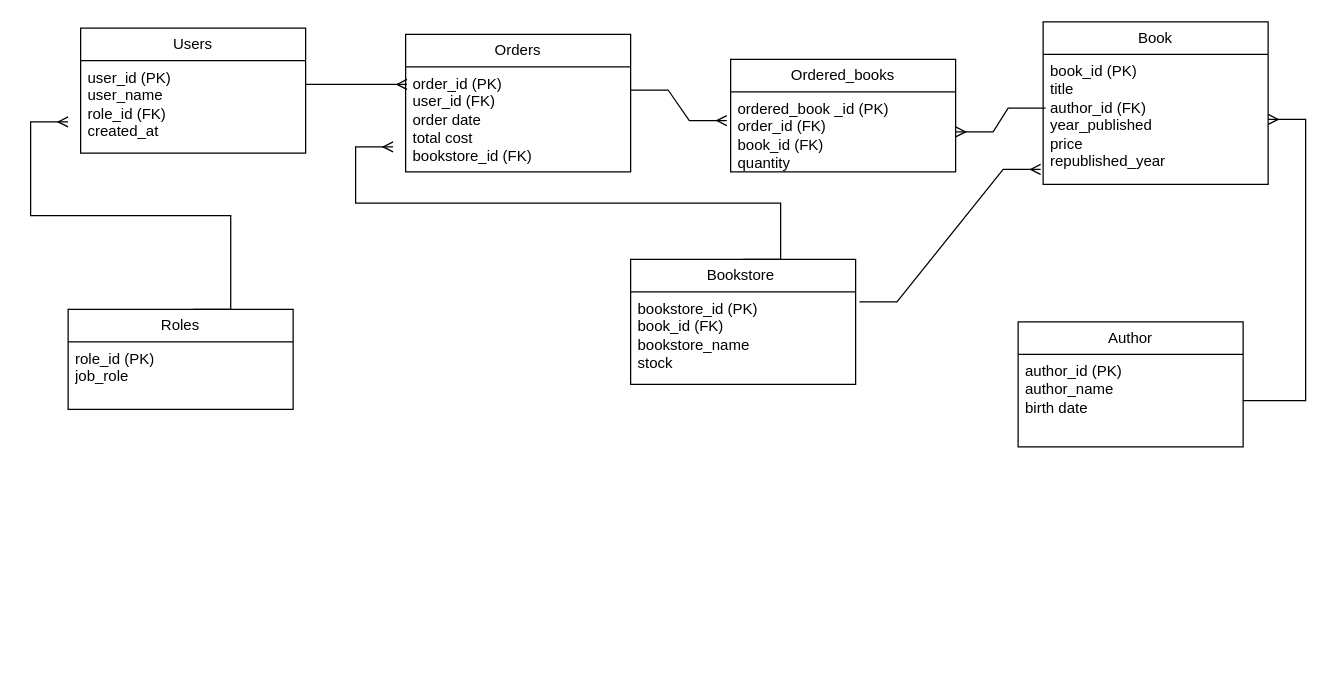
quinyportales/DataEngineering keeps this draw.io diagram as Database-basic/ER-diagram.drawio.xml. Above is the earlier version. Source tidied: cells renumbered, new cells numbered last; positions are measured from the earlier drawing's top-left corner, leaving out a move shared by most shapes. Both pictures are drawn from the tidied source at 125%, with x=0, y=0 at pixel (42, 21).
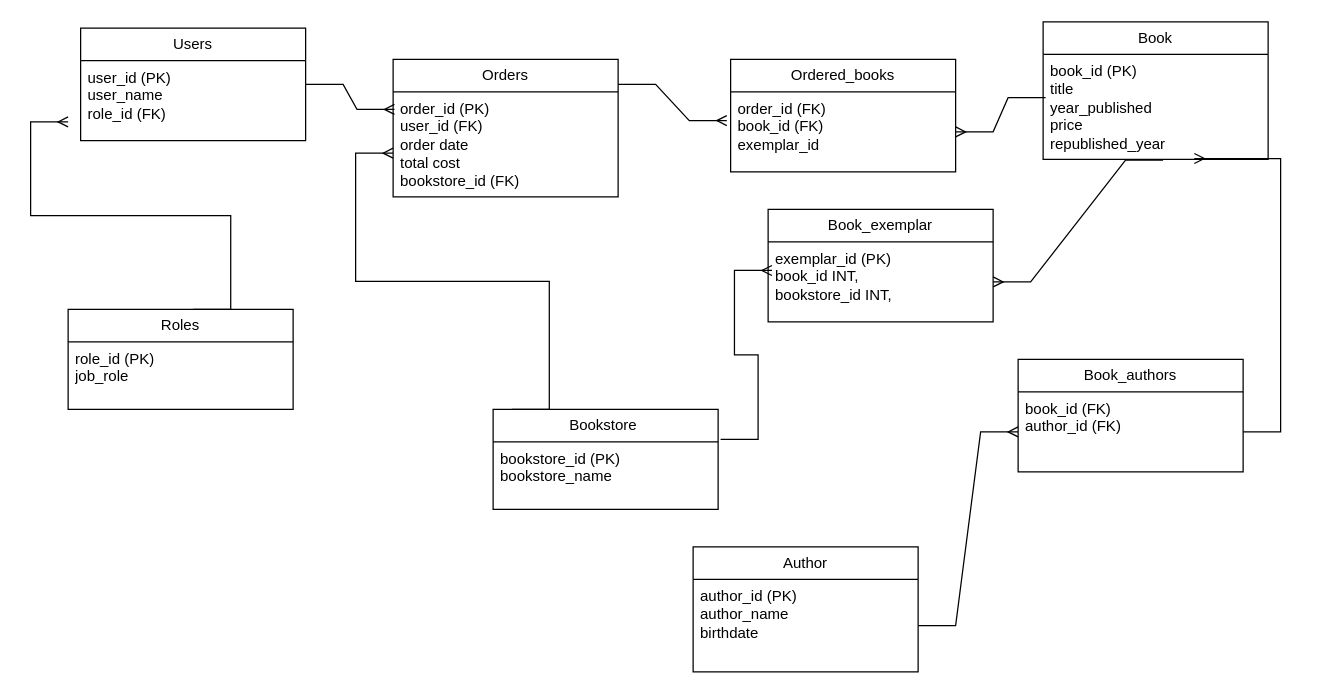
The same diagram, later.

The change refers to these unchanged cells:
```xml
<mxCell id="12" value="Ordered_books" style="swimlane;fontStyle=0;horizontal=1;startSize=26;fillColor=none;whiteSpace=wrap;html=1;" parent="1" vertex="1">
  <mxGeometry x="550" y="30" width="180" height="90" as="geometry" />
</mxCell>
```

What changed in the source:
```diff
@@
     <mxCell id="2" value="Users" style="swimlane;fontStyle=0;horizontal=1;startSize=26;fillColor=none;whiteSpace=wrap;html=1;" parent="1" vertex="1">
-      <mxGeometry x="30" y="5" width="180" height="100" as="geometry" />
+      <mxGeometry x="30" y="5" width="180" height="90" as="geometry" />
     </mxCell>
-    <mxCell id="3" value="user_id (PK)&lt;div&gt;user_name&lt;/div&gt;&lt;div&gt;role_id (FK)&lt;/div&gt;&lt;div&gt;created_at&lt;/div&gt;" style="text;strokeColor=none;fillColor=none;align=left;verticalAlign=top;spacingLeft=4;spacingRight=4;overflow=hidden;whiteSpace=wrap;html=1;" parent="2" vertex="1">
-      <mxGeometry y="26" width="180" height="74" as="geometry" />
+    <mxCell id="3" value="user_id (PK)&lt;div&gt;user_name&lt;/div&gt;&lt;div&gt;role_id (FK)&lt;/div&gt;" style="text;strokeColor=none;fillColor=none;align=left;verticalAlign=top;spacingLeft=4;spacingRight=4;overflow=hidden;whiteSpace=wrap;html=1;" parent="2" vertex="1">
+      <mxGeometry y="26" width="180" height="64" as="geometry" />
     </mxCell>
     <mxCell id="4" value="Orders" style="swimlane;fontStyle=0;horizontal=1;startSize=26;fillColor=none;whiteSpace=wrap;html=1;" parent="1" vertex="1">
-      <mxGeometry x="290" y="10" width="180" height="110" as="geometry" />
+      <mxGeometry x="280" y="30" width="180" height="110" as="geometry" />
     </mxCell>
@@
+    <mxCell id="21" style="edgeStyle=entityRelationEdgeStyle;fontSize=12;html=1;endArrow=ERmany;rounded=0;exitX=0.083;exitY=0;exitDx=0;exitDy=0;entryX=0.606;entryY=1.012;entryDx=0;entryDy=0;entryPerimeter=0;exitPerimeter=0;" parent="4" edge="1" source="8">
+      <mxGeometry relative="1" as="geometry">
+        <mxPoint y="75" as="targetPoint" />
+      </mxGeometry>
+    </mxCell>
     <mxCell id="6" value="Book" style="swimlane;fontStyle=0;horizontal=1;startSize=26;fillColor=none;whiteSpace=wrap;html=1;" parent="1" vertex="1">
-      <mxGeometry x="800" width="180" height="130" as="geometry" />
+      <mxGeometry x="800" width="180" height="110" as="geometry" />
     </mxCell>
-    <mxCell id="7" value="&lt;div&gt;book_id (PK)&lt;/div&gt;title&amp;nbsp;&amp;nbsp;&lt;div&gt;author_id (FK)&lt;/div&gt;&lt;div&gt;year_published&lt;/div&gt;&lt;div&gt;price&lt;/div&gt;&lt;div&gt;republished_year&lt;/div&gt;" style="text;strokeColor=none;fillColor=none;align=left;verticalAlign=top;spacingLeft=4;spacingRight=4;overflow=hidden;points=[[0,0.5],[1,0.5]];portConstraint=eastwest;whiteSpace=wrap;html=1;" parent="6" vertex="1">
-      <mxGeometry y="26" width="180" height="104" as="geometry" />
+    <mxCell id="7" value="&lt;div&gt;book_id (PK)&lt;/div&gt;title&amp;nbsp;&lt;div&gt;year_published&lt;/div&gt;&lt;div&gt;price&lt;/div&gt;&lt;div&gt;republished_year&lt;/div&gt;&lt;div&gt;&lt;br&gt;&lt;/div&gt;" style="text;strokeColor=none;fillColor=none;align=left;verticalAlign=top;spacingLeft=4;spacingRight=4;overflow=hidden;points=[[0,0.5],[1,0.5]];portConstraint=eastwest;whiteSpace=wrap;html=1;" parent="6" vertex="1">
+      <mxGeometry y="26" width="180" height="84" as="geometry" />
     </mxCell>
     <mxCell id="8" value="Bookstore&amp;nbsp;" style="swimlane;fontStyle=0;horizontal=1;startSize=26;fillColor=none;whiteSpace=wrap;html=1;" parent="1" vertex="1">
-      <mxGeometry x="470" y="190" width="180" height="100" as="geometry" />
+      <mxGeometry x="360" y="310" width="180" height="80" as="geometry" />
     </mxCell>
-    <mxCell id="9" value="&lt;div&gt;bookstore_id (PK)&lt;/div&gt;book_id (FK)&lt;div&gt;bookstore_name&lt;/div&gt;&lt;div&gt;&lt;div&gt;stock&lt;/div&gt;&lt;/div&gt;" style="text;strokeColor=none;fillColor=none;align=left;verticalAlign=top;spacingLeft=4;spacingRight=4;overflow=hidden;points=[[0,0.5],[1,0.5]];portConstraint=eastwest;whiteSpace=wrap;html=1;" parent="8" vertex="1">
-      <mxGeometry y="26" width="180" height="74" as="geometry" />
+    <mxCell id="9" value="&lt;div&gt;bookstore_id (PK)&lt;/div&gt;&lt;div&gt;bookstore_name&lt;/div&gt;&lt;div&gt;&lt;br&gt;&lt;/div&gt;" style="text;strokeColor=none;fillColor=none;align=left;verticalAlign=top;spacingLeft=4;spacingRight=4;overflow=hidden;points=[[0,0.5],[1,0.5]];portConstraint=eastwest;whiteSpace=wrap;html=1;" parent="8" vertex="1">
+      <mxGeometry y="26" width="180" height="54" as="geometry" />
     </mxCell>
     <mxCell id="10" value="Author" style="swimlane;fontStyle=0;horizontal=1;startSize=26;fillColor=none;whiteSpace=wrap;html=1;" parent="1" vertex="1">
-      <mxGeometry x="780" y="240" width="180" height="100" as="geometry" />
+      <mxGeometry x="520" y="420" width="180" height="100" as="geometry" />
     </mxCell>
-    <mxCell id="11" value="&lt;div&gt;author_id (PK)&lt;/div&gt;&lt;div&gt;author_name&lt;/div&gt;&lt;div&gt;birth date&lt;/div&gt;" style="text;strokeColor=none;fillColor=none;align=left;verticalAlign=top;spacingLeft=4;spacingRight=4;overflow=hidden;points=[[0,0.5],[1,0.5]];portConstraint=eastwest;whiteSpace=wrap;html=1;" parent="10" vertex="1">
+    <mxCell id="11" value="&lt;div&gt;author_id (PK)&lt;/div&gt;&lt;div&gt;author_name&lt;/div&gt;&lt;div&gt;birthdate&lt;/div&gt;" style="text;strokeColor=none;fillColor=none;align=left;verticalAlign=top;spacingLeft=4;spacingRight=4;overflow=hidden;points=[[0,0.5],[1,0.5]];portConstraint=eastwest;whiteSpace=wrap;html=1;" parent="10" vertex="1">
       <mxGeometry y="26" width="180" height="74" as="geometry" />
     </mxCell>
@@
-    <mxCell id="13" value="&lt;div&gt;ordered_book _id (PK)&lt;/div&gt;&lt;div&gt;order_id (FK)&lt;/div&gt;&lt;div&gt;book_id (FK)&lt;br&gt;&lt;/div&gt;&lt;div&gt;quantity&lt;/div&gt;&lt;div&gt;&lt;br&gt;&lt;/div&gt;" style="text;strokeColor=none;fillColor=none;align=left;verticalAlign=top;spacingLeft=4;spacingRight=4;overflow=hidden;points=[[0,0.5],[1,0.5]];portConstraint=eastwest;whiteSpace=wrap;html=1;" parent="12" vertex="1">
+    <mxCell id="13" value="&lt;div&gt;&lt;span style=&quot;background-color: transparent; color: light-dark(rgb(0, 0, 0), rgb(255, 255, 255));&quot;&gt;order_id (FK)&lt;/span&gt;&lt;/div&gt;&lt;div&gt;book_id (FK)&lt;/div&gt;&lt;div&gt;exemplar_id&lt;/div&gt;" style="text;strokeColor=none;fillColor=none;align=left;verticalAlign=top;spacingLeft=4;spacingRight=4;overflow=hidden;points=[[0,0.5],[1,0.5]];portConstraint=eastwest;whiteSpace=wrap;html=1;" parent="12" vertex="1">
       <mxGeometry y="26" width="180" height="64" as="geometry" />
     </mxCell>
@@
-    <mxCell id="15" style="edgeStyle=entityRelationEdgeStyle;fontSize=12;html=1;endArrow=ERmany;rounded=0;entryX=-0.017;entryY=0.359;entryDx=0;entryDy=0;entryPerimeter=0;" parent="1" edge="1" target="13">
-      <mxGeometry relative="1" as="geometry">
-        <mxPoint x="470" y="54.5" as="sourcePoint" />
-      </mxGeometry>
+    <mxCell id="15" style="edgeStyle=entityRelationEdgeStyle;fontSize=12;html=1;endArrow=ERmany;rounded=0;entryX=-0.017;entryY=0.359;entryDx=0;entryDy=0;entryPerimeter=0;exitX=1;exitY=0.182;exitDx=0;exitDy=0;exitPerimeter=0;" parent="1" edge="1" source="4" target="13">
+      <mxGeometry relative="1" as="geometry" />
     </mxCell>
@@
-    <mxCell id="17" style="edgeStyle=entityRelationEdgeStyle;fontSize=12;html=1;endArrow=ERmany;rounded=0;exitX=1.017;exitY=0.108;exitDx=0;exitDy=0;entryX=-0.011;entryY=0.885;entryDx=0;entryDy=0;entryPerimeter=0;exitPerimeter=0;" parent="1" edge="1" source="9" target="7">
-      <mxGeometry relative="1" as="geometry">
-        <Array as="points">
-          <mxPoint x="691" y="347" />
-          <mxPoint x="763" y="380" />
-        </Array>
-      </mxGeometry>
-    </mxCell>
@@
-    <mxCell id="21" style="edgeStyle=entityRelationEdgeStyle;fontSize=12;html=1;endArrow=ERmany;rounded=0;exitX=0.5;exitY=0;exitDx=0;exitDy=0;" parent="1" edge="1" source="8">
-      <mxGeometry relative="1" as="geometry">
-        <mxPoint x="280" y="100" as="targetPoint" />
-      </mxGeometry>
-    </mxCell>
-    <mxCell id="22" style="edgeStyle=entityRelationEdgeStyle;fontSize=12;html=1;endArrow=ERmany;rounded=0;" parent="1" edge="1" source="11" target="7">
+    <mxCell id="22" style="edgeStyle=entityRelationEdgeStyle;fontSize=12;html=1;endArrow=ERmany;rounded=0;exitX=1;exitY=0.5;exitDx=0;exitDy=0;entryX=0;entryY=0.5;entryDx=0;entryDy=0;" parent="1" edge="1" source="11" target="28">
       <mxGeometry relative="1" as="geometry">
         <Array as="points">
-          <mxPoint x="890" y="510" />
-          <mxPoint x="1080" y="260" />
-          <mxPoint x="786.5" y="757" />
-          <mxPoint x="1010" y="80" />
-          <mxPoint x="970" y="270" />
-          <mxPoint x="1180" y="260" />
-          <mxPoint x="905.5" y="620" />
-          <mxPoint x="858.5" y="790" />
+          <mxPoint x="740" y="480" />
+          <mxPoint x="900" y="792" />
+          <mxPoint x="1090" y="542" />
+          <mxPoint x="796.5" y="1039" />
+          <mxPoint x="1020" y="362" />
+          <mxPoint x="980" y="552" />
+          <mxPoint x="1190" y="542" />
+          <mxPoint x="915.5" y="902" />
+          <mxPoint x="868.5" y="1072" />
         </Array>
       </mxGeometry>
     </mxCell>
+    <mxCell id="23" value="Book_exemplar" style="swimlane;fontStyle=0;horizontal=1;startSize=26;fillColor=none;whiteSpace=wrap;html=1;" parent="1" vertex="1">
+      <mxGeometry x="580" y="150" width="180" height="90" as="geometry" />
+    </mxCell>
+    <mxCell id="24" value="exemplar_id (PK)&lt;br&gt;    book_id &lt;span class=&quot;hljs-type&quot;&gt;INT&lt;/span&gt;,&lt;br&gt;    bookstore_id &lt;span class=&quot;hljs-type&quot;&gt;INT&lt;/span&gt;," style="text;strokeColor=none;fillColor=none;align=left;verticalAlign=top;spacingLeft=4;spacingRight=4;overflow=hidden;points=[[0,0.5],[1,0.5]];portConstraint=eastwest;whiteSpace=wrap;html=1;" parent="23" vertex="1">
+      <mxGeometry y="26" width="180" height="64" as="geometry" />
+    </mxCell>
+    <mxCell id="25" style="edgeStyle=entityRelationEdgeStyle;fontSize=12;html=1;endArrow=ERmany;rounded=0;entryX=0.017;entryY=0.357;entryDx=0;entryDy=0;entryPerimeter=0;exitX=1.011;exitY=-0.037;exitDx=0;exitDy=0;exitPerimeter=0;" parent="1" edge="1" source="9" target="24">
+      <mxGeometry relative="1" as="geometry" />
+    </mxCell>
+    <mxCell id="26" style="edgeStyle=entityRelationEdgeStyle;fontSize=12;html=1;endArrow=ERmany;rounded=0;exitX=0.533;exitY=1.008;exitDx=0;exitDy=0;exitPerimeter=0;entryX=1;entryY=0.5;entryDx=0;entryDy=0;" parent="1" edge="1" source="7" target="24">
+      <mxGeometry relative="1" as="geometry">
+        <Array as="points">
+          <mxPoint x="980" y="253" />
+        </Array>
+      </mxGeometry>
+    </mxCell>
+    <mxCell id="27" value="Book_authors" style="swimlane;fontStyle=0;horizontal=1;startSize=26;fillColor=none;whiteSpace=wrap;html=1;" parent="1" vertex="1">
+      <mxGeometry x="780" y="270" width="180" height="90" as="geometry" />
+    </mxCell>
+    <mxCell id="28" value="&lt;div&gt;&lt;span style=&quot;background-color: transparent; color: light-dark(rgb(0, 0, 0), rgb(255, 255, 255));&quot;&gt;book_id (FK)&lt;/span&gt;&lt;/div&gt;&lt;div&gt;author_id (FK)&lt;br&gt;&lt;br&gt;&lt;/div&gt;" style="text;strokeColor=none;fillColor=none;align=left;verticalAlign=top;spacingLeft=4;spacingRight=4;overflow=hidden;points=[[0,0.5],[1,0.5]];portConstraint=eastwest;whiteSpace=wrap;html=1;" parent="27" vertex="1">
+      <mxGeometry y="26" width="180" height="64" as="geometry" />
+    </mxCell>
+    <mxCell id="29" style="edgeStyle=entityRelationEdgeStyle;fontSize=12;html=1;endArrow=ERmany;rounded=0;entryX=0.672;entryY=0.992;entryDx=0;entryDy=0;entryPerimeter=0;" parent="1" edge="1" source="28" target="7">
+      <mxGeometry relative="1" as="geometry">
+        <Array as="points">
+          <mxPoint x="900" y="520" />
+          <mxPoint x="1090" y="270" />
+          <mxPoint x="1040" y="190" />
+          <mxPoint x="796.5" y="767" />
+          <mxPoint x="1010" y="80" />
+          <mxPoint x="1020" y="140" />
+          <mxPoint x="1020" y="90" />
+          <mxPoint x="980" y="280" />
+          <mxPoint x="1190" y="270" />
+          <mxPoint x="915.5" y="630" />
+          <mxPoint x="868.5" y="800" />
+        </Array>
+      </mxGeometry>
+    </mxCell>
```
